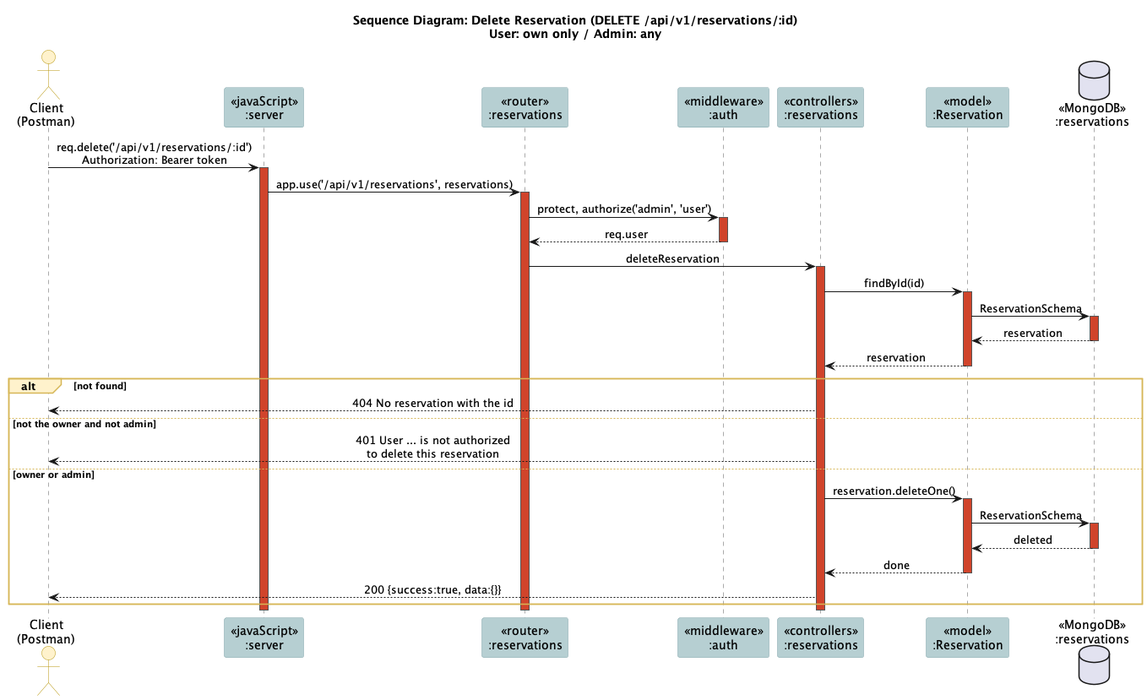
Before: docs/diagrams/png/07-delete-reservation.png, a diagram exported from PlantUML (TonBoonchai/Co-working-Space-Reservation). Source of this version:
```plantuml
@startuml
!include _style.iuml
title Sequence Diagram: Delete Reservation (DELETE /api/v1/reservations/:id)\nUser: own only / Admin: any

actor "Client\n(Postman)" as client
participant "<<javaScript>>\n:server" as server
participant "<<router>>\n:reservations" as router
participant "<<middleware>>\n:auth" as auth
participant "<<controllers>>\n:reservations" as ctrl
participant "<<model>>\n:Reservation" as model
database "<<MongoDB>>\n:reservations" as db

client -> server ++ : req.delete('/api/v1/reservations/:id')\nAuthorization: Bearer token
server -> router ++ : app.use('/api/v1/reservations', reservations)
router -> auth ++ : protect, authorize('admin', 'user')
auth --> router -- : req.user
router -> ctrl ++ : deleteReservation
ctrl -> model ++ : findById(id)
model -> db ++ : ReservationSchema
db --> model -- : reservation
model --> ctrl -- : reservation
alt not found
  ctrl --> client : 404 No reservation with the id
else not the owner and not admin
  ctrl --> client : 401 User ... is not authorized\nto delete this reservation
else owner or admin
  ctrl -> model ++ : reservation.deleteOne()
  model -> db ++ : ReservationSchema
  db --> model -- : deleted
  model --> ctrl -- : done
  ctrl --> client : 200 {success:true, data:{}}
end
deactivate ctrl
deactivate router
deactivate server
@enduml
```
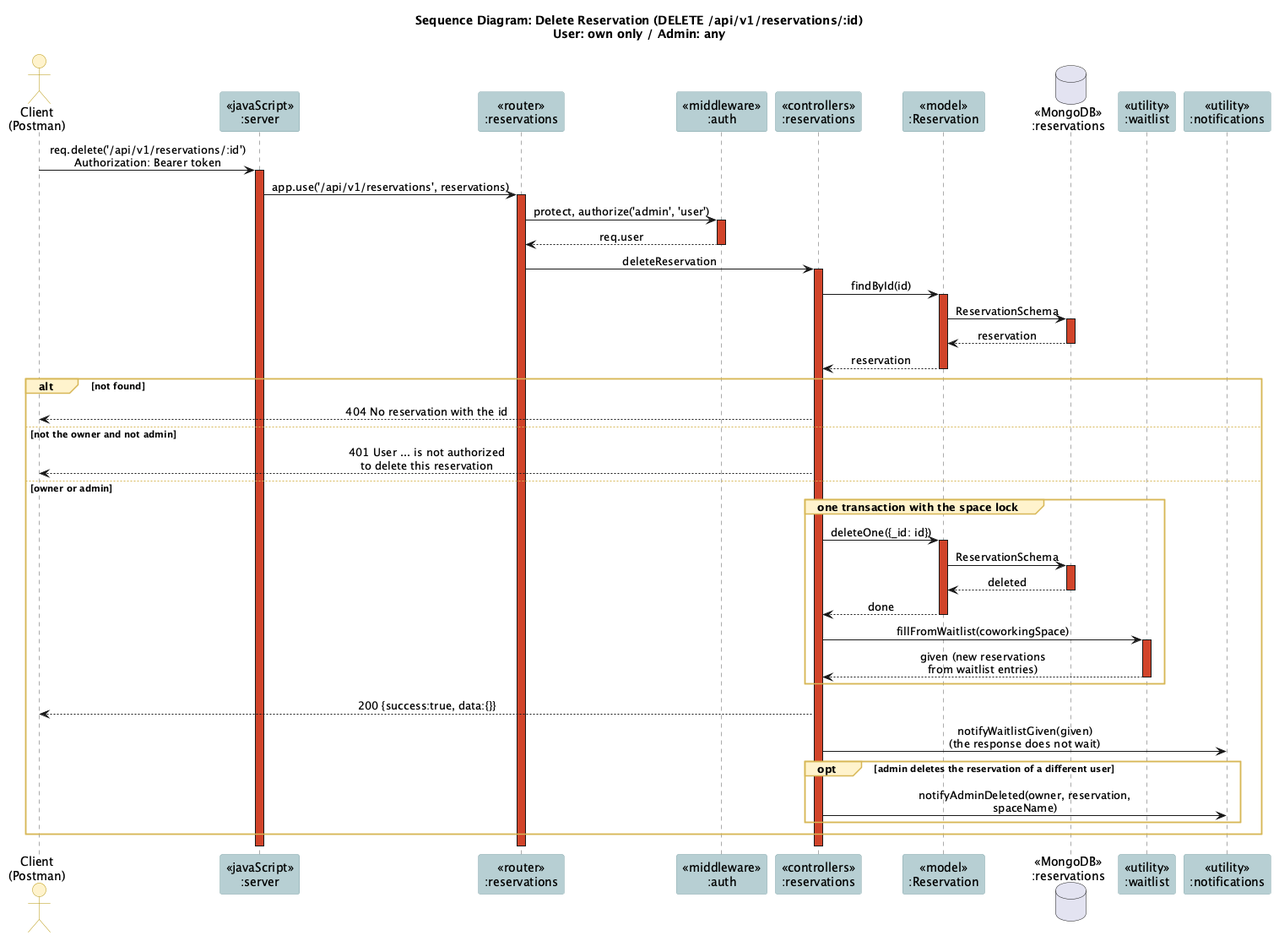
After the commit.

What changed in the source:
```diff
@@ -9,6 +9,8 @@
 participant "<<controllers>>\n:reservations" as ctrl
 participant "<<model>>\n:Reservation" as model
 database "<<MongoDB>>\n:reservations" as db
+participant "<<utility>>\n:waitlist" as waitlist
+participant "<<utility>>\n:notifications" as notify
 
 client -> server ++ : req.delete('/api/v1/reservations/:id')\nAuthorization: Bearer token
 server -> router ++ : app.use('/api/v1/reservations', reservations)
@@ -24,11 +26,19 @@
 else not the owner and not admin
   ctrl --> client : 401 User ... is not authorized\nto delete this reservation
 else owner or admin
-  ctrl -> model ++ : reservation.deleteOne()
-  model -> db ++ : ReservationSchema
-  db --> model -- : deleted
-  model --> ctrl -- : done
+  group one transaction with the space lock
+    ctrl -> model ++ : deleteOne({_id: id})
+    model -> db ++ : ReservationSchema
+    db --> model -- : deleted
+    model --> ctrl -- : done
+    ctrl -> waitlist ++ : fillFromWaitlist(coworkingSpace)
+    waitlist --> ctrl -- : given (new reservations\nfrom waitlist entries)
+  end
   ctrl --> client : 200 {success:true, data:{}}
+  ctrl -> notify : notifyWaitlistGiven(given)\n(the response does not wait)
+  opt admin deletes the reservation of a different user
+    ctrl -> notify : notifyAdminDeleted(owner, reservation, spaceName)
+  end
 end
 deactivate ctrl
 deactivate router
```
